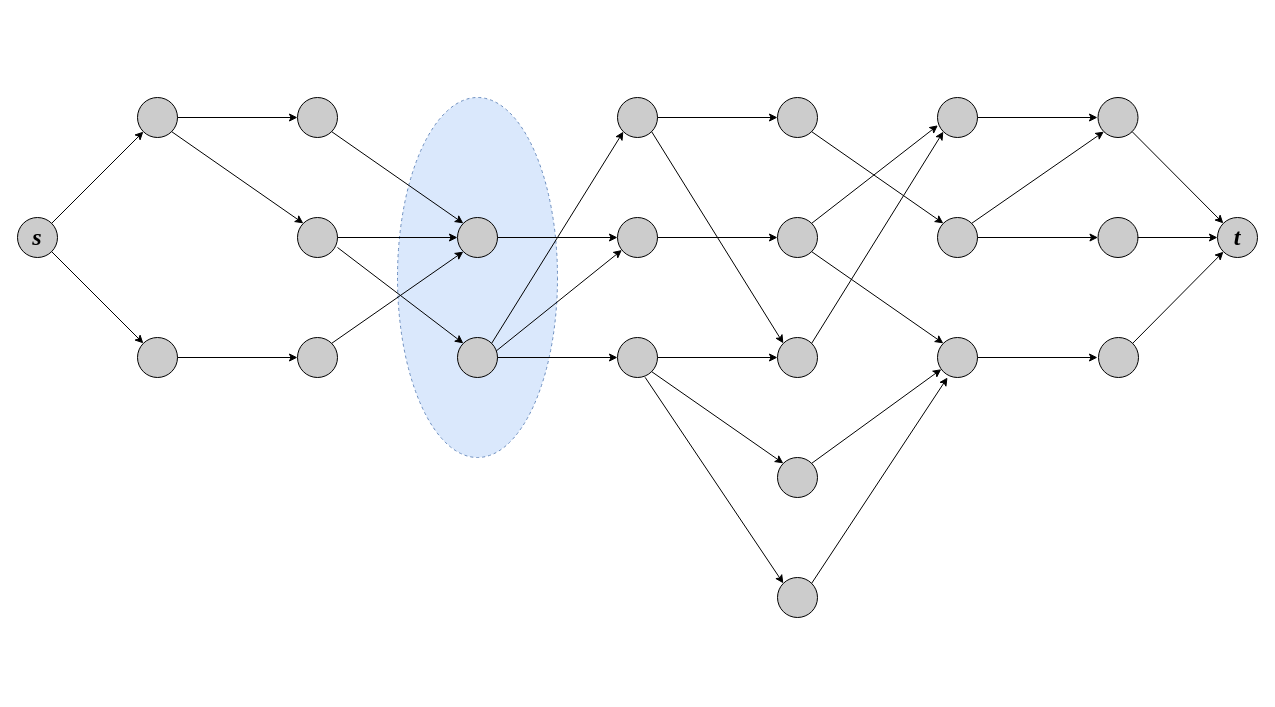
Before: algorithm/level graph.drawio in xuyizhe1999/drawio, a draw.io diagram. Source tidied: cells renumbered, new cells numbered last; positions are measured from the earlier drawing's top-left corner, leaving out a move shared by most shapes. Both pictures are drawn from the tidied source at 100%, with x=0, y=0 at pixel (17, 97).
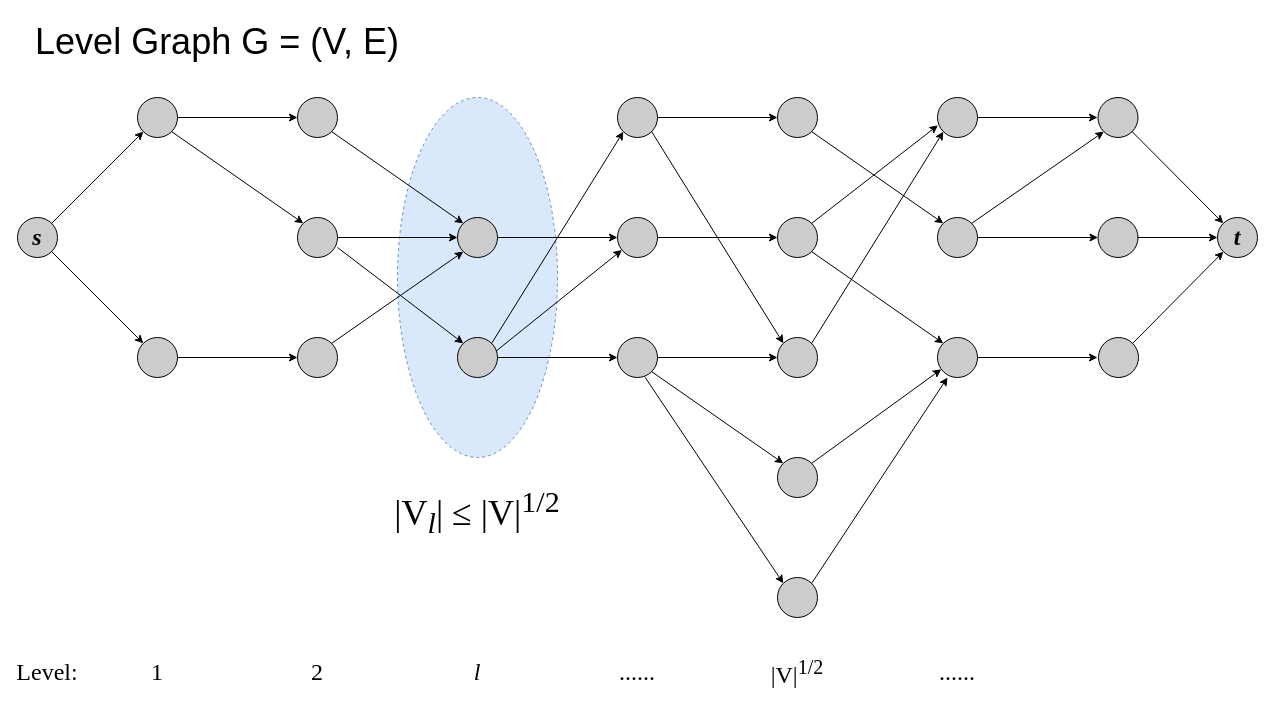
Above is the later version.

The edit, as a diff of the source:
```diff
@@
+    <mxCell id="58" value="1" style="text;html=1;strokeColor=none;fillColor=none;align=center;verticalAlign=middle;whiteSpace=wrap;rounded=0;dashed=1;fontFamily=Times New Roman;fontSize=24;" parent="1" vertex="1">
+      <mxGeometry x="110" y="560" width="60" height="30" as="geometry" />
+    </mxCell>
+    <mxCell id="59" value="Level:" style="text;html=1;strokeColor=none;fillColor=none;align=center;verticalAlign=middle;whiteSpace=wrap;rounded=0;dashed=1;fontFamily=Times New Roman;fontSize=24;" parent="1" vertex="1">
+      <mxGeometry y="560" width="60" height="30" as="geometry" />
+    </mxCell>
+    <mxCell id="60" value="2" style="text;html=1;strokeColor=none;fillColor=none;align=center;verticalAlign=middle;whiteSpace=wrap;rounded=0;dashed=1;fontFamily=Times New Roman;fontSize=24;" parent="1" vertex="1">
+      <mxGeometry x="270" y="560" width="60" height="30" as="geometry" />
+    </mxCell>
+    <mxCell id="61" value="&lt;i&gt;l&lt;/i&gt;" style="text;html=1;strokeColor=none;fillColor=none;align=center;verticalAlign=middle;whiteSpace=wrap;rounded=0;dashed=1;fontFamily=Times New Roman;fontSize=24;" parent="1" vertex="1">
+      <mxGeometry x="430" y="560" width="60" height="30" as="geometry" />
+    </mxCell>
+    <mxCell id="62" value="......" style="text;html=1;strokeColor=none;fillColor=none;align=center;verticalAlign=middle;whiteSpace=wrap;rounded=0;dashed=1;fontFamily=Times New Roman;fontSize=24;" parent="1" vertex="1">
+      <mxGeometry x="590" y="560" width="60" height="30" as="geometry" />
+    </mxCell>
+    <mxCell id="63" value="|V|&lt;sup&gt;1/2&lt;/sup&gt;" style="text;html=1;strokeColor=none;fillColor=none;align=center;verticalAlign=middle;whiteSpace=wrap;rounded=0;dashed=1;fontFamily=Times New Roman;fontSize=24;" parent="1" vertex="1">
+      <mxGeometry x="750" y="560" width="60" height="30" as="geometry" />
+    </mxCell>
+    <mxCell id="64" value="......" style="text;html=1;strokeColor=none;fillColor=none;align=center;verticalAlign=middle;whiteSpace=wrap;rounded=0;dashed=1;fontFamily=Times New Roman;fontSize=24;" parent="1" vertex="1">
+      <mxGeometry x="910" y="560" width="60" height="30" as="geometry" />
+    </mxCell>
+    <mxCell id="65" value="&lt;font style=&quot;font-size: 36px;&quot;&gt;|V&lt;i&gt;&lt;sub&gt;l&lt;/sub&gt;&lt;/i&gt;| ≤ |V|&lt;sup&gt;1/2&lt;/sup&gt;&lt;/font&gt;" style="text;html=1;strokeColor=none;fillColor=none;align=center;verticalAlign=middle;whiteSpace=wrap;rounded=0;dashed=1;fontFamily=Times New Roman;fontSize=24;" parent="1" vertex="1">
+      <mxGeometry x="370" y="400" width="180" height="30" as="geometry" />
+    </mxCell>
+    <mxCell id="66" value="&lt;font face=&quot;Helvetica&quot;&gt;Level Graph G = (V, E)&lt;/font&gt;" style="text;html=1;strokeColor=none;fillColor=none;align=center;verticalAlign=middle;whiteSpace=wrap;rounded=0;dashed=1;fontFamily=Times New Roman;fontSize=36;" parent="1" vertex="1">
+      <mxGeometry y="-80" width="400" height="50" as="geometry" />
+    </mxCell>
```
